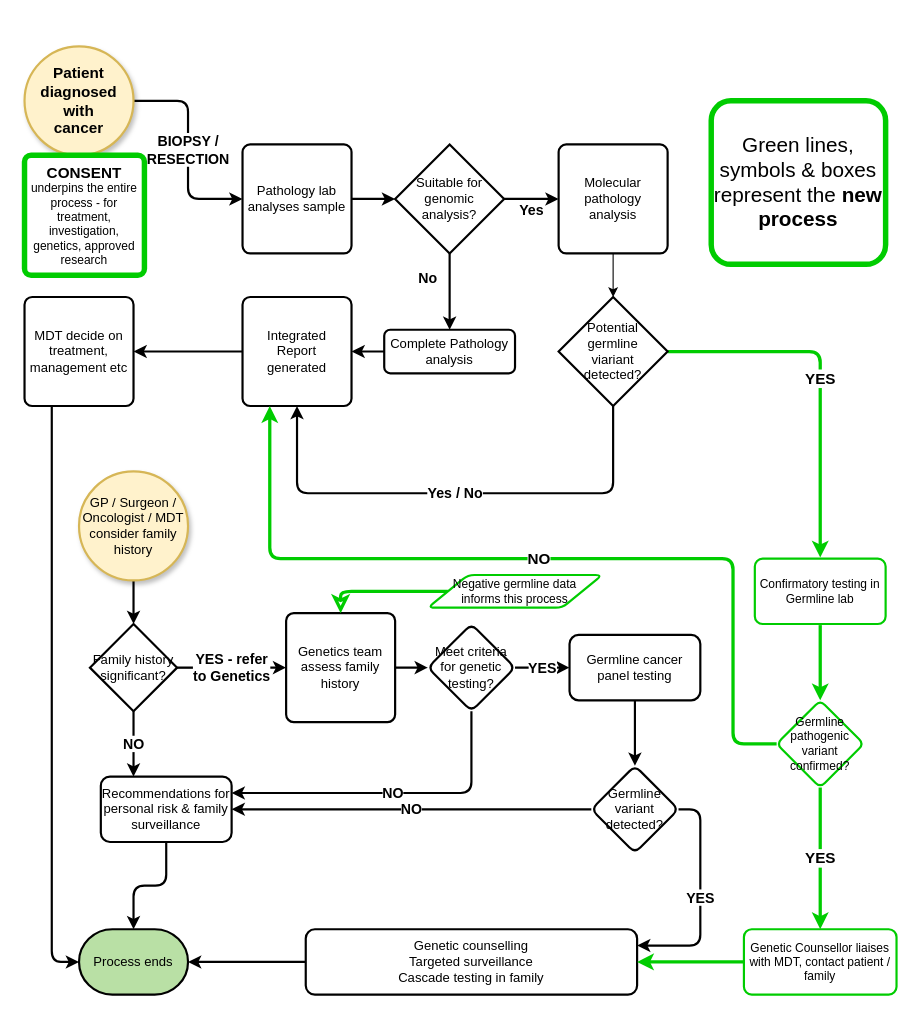
Above: BasicCancerFlow_Phase1.drawio in mckeelab/cancerflow (draw.io), before the change. Source tidied: cells renumbered, new cells numbered last; positions are measured from the earlier drawing's top-left corner, leaving out a move shared by most shapes. Both pictures are drawn from the tidied source at 109%, with x=0, y=0 at pixel (24, 46).
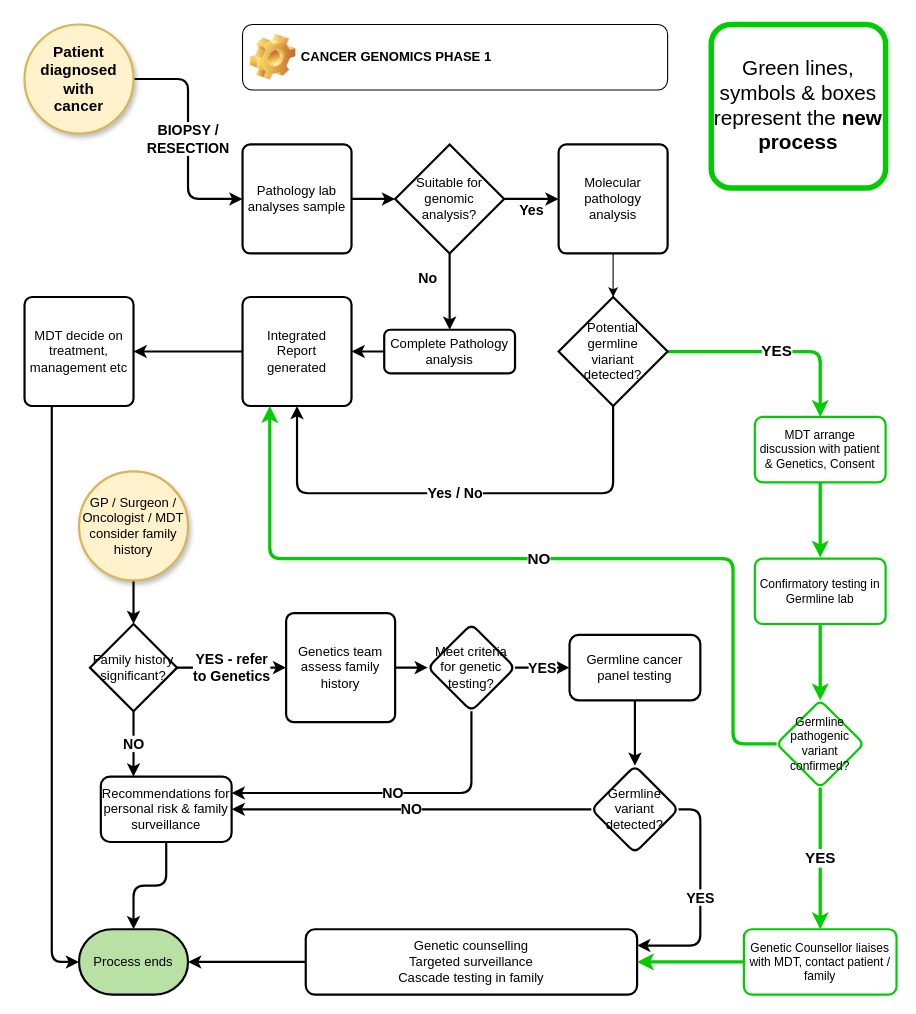
After the change.

Unchanged cells that the change refers to:
```xml
<mxCell id="14" value="Potential &lt;br&gt;germline &lt;br&gt;viariant &lt;br&gt;detected?" style="strokeWidth=2;html=1;shape=mxgraph.flowchart.decision;whiteSpace=wrap;rounded=1;arcSize=14;" parent="1" vertex="1">
  <mxGeometry x="490" y="230" width="100" height="100" as="geometry" />
</mxCell>
<mxCell id="28" value="Genetics team assess family history" style="rounded=1;whiteSpace=wrap;html=1;absoluteArcSize=1;arcSize=14;strokeWidth=2;" parent="1" vertex="1">
  <mxGeometry x="240" y="520" width="100" height="100" as="geometry" />
</mxCell>
<mxCell id="42" value="Confirmatory testing in Germline lab" style="whiteSpace=wrap;html=1;strokeWidth=2;perimeterSpacing=1;rounded=1;fontSize=11;strokeColor=#00CC00;arcSize=12;" parent="1" vertex="1">
  <mxGeometry x="670" y="470" width="120" height="60" as="geometry" />
</mxCell>
```

The edit, as a diff of the source:
```diff
@@
-    <mxCell id="13" value="YES" style="edgeStyle=orthogonalEdgeStyle;shape=connector;rounded=1;jettySize=auto;html=1;labelBackgroundColor=default;strokeColor=#00CC00;fontFamily=Helvetica;fontSize=14;fontColor=default;endArrow=classic;strokeWidth=3;fontStyle=1;" parent="1" edge="1" source="14" target="42">
+    <mxCell id="13" value="YES" style="edgeStyle=orthogonalEdgeStyle;shape=connector;rounded=1;jettySize=auto;html=1;labelBackgroundColor=default;strokeColor=#00CC00;fontFamily=Helvetica;fontSize=14;fontColor=default;endArrow=classic;strokeWidth=3;fontStyle=1;entryX=0.5;entryY=0;entryDx=0;entryDy=0;" parent="1" edge="1" source="14" target="53">
       <mxGeometry relative="1" as="geometry" />
     </mxCell>
@@
     <mxCell id="19" value="Patient &lt;br style=&quot;font-size: 14px;&quot;&gt;diagnosed with &lt;br style=&quot;font-size: 14px;&quot;&gt;cancer" style="strokeWidth=2;html=1;shape=mxgraph.flowchart.start_2;whiteSpace=wrap;fillColor=#fff2cc;strokeColor=#d6b656;shadow=1;fontSize=14;fontStyle=1;" parent="1" vertex="1">
-      <mxGeometry width="100" height="100" as="geometry" />
+      <mxGeometry y="-20" width="100" height="100" as="geometry" />
     </mxCell>
@@
-    <mxCell id="48" style="edgeStyle=orthogonalEdgeStyle;shape=connector;rounded=1;jettySize=auto;html=1;entryX=0.5;entryY=0;entryDx=0;entryDy=0;shadow=0;labelBackgroundColor=default;strokeColor=#00CC00;strokeWidth=3;fontFamily=Helvetica;fontSize=14;fontColor=default;endArrow=classic;endFill=0;endSize=8;fontStyle=1;" parent="1" edge="1" source="49" target="28">
-      <mxGeometry relative="1" as="geometry" />
-    </mxCell>
-    <mxCell id="49" value="Negative germline data &lt;br&gt;informs this process" style="shape=parallelogram;html=1;strokeWidth=2;perimeter=parallelogramPerimeter;whiteSpace=wrap;rounded=1;arcSize=12;size=0.23;fontFamily=Helvetica;fontSize=11;fontColor=default;strokeColor=#00CC00;" parent="1" vertex="1">
-      <mxGeometry x="370" y="485" width="160" height="30" as="geometry" />
-    </mxCell>
     <mxCell id="50" value="Green lines, symbols &amp;amp; boxes represent the &lt;b style=&quot;font-size: 19px;&quot;&gt;new process&lt;/b&gt;" style="rounded=1;whiteSpace=wrap;html=1;fontFamily=Helvetica;fontSize=19;fontColor=default;strokeColor=#00CC00;strokeWidth=5;arcSize=12;" parent="1" vertex="1">
-      <mxGeometry x="630" y="50" width="160" height="150" as="geometry" />
+      <mxGeometry x="630" y="-20" width="160" height="150" as="geometry" />
     </mxCell>
-    <mxCell id="51" value="&lt;b style=&quot;&quot;&gt;&lt;font style=&quot;font-size: 14px;&quot;&gt;CONSENT&lt;/font&gt;&lt;br&gt;&lt;/b&gt;underpins the entire process - for treatment, investigation, genetics, approved research" style="rounded=1;whiteSpace=wrap;html=1;absoluteArcSize=1;arcSize=12;strokeWidth=5;fontFamily=Helvetica;fontSize=11;fontColor=default;strokeColor=#00CC00;" parent="1" vertex="1">
-      <mxGeometry y="100" width="110" height="110" as="geometry" />
-    </mxCell>
+    <mxCell id="52" value="CANCER GENOMICS PHASE 1" style="label;whiteSpace=wrap;html=1;image=img/clipart/Gear_128x128.png;" parent="1" vertex="1">
+      <mxGeometry x="200" y="-20" width="390" height="60" as="geometry" />
+    </mxCell>
+    <mxCell id="53" value="MDT arrange discussion with patient &amp;amp; Genetics, Consent" style="whiteSpace=wrap;html=1;strokeWidth=2;rounded=1;arcSize=12;fontSize=11;strokeColor=#00CC00;" parent="1" vertex="1">
+      <mxGeometry x="670" y="340" width="120" height="60" as="geometry" />
+    </mxCell>
+    <mxCell id="54" style="edgeStyle=orthogonalEdgeStyle;shape=connector;rounded=1;jettySize=auto;html=1;labelBackgroundColor=default;strokeColor=#00CC00;fontFamily=Helvetica;fontSize=11;fontColor=default;endArrow=classic;strokeWidth=3;exitX=0.5;exitY=1;exitDx=0;exitDy=0;" parent="1" edge="1" source="53" target="42">
+      <mxGeometry relative="1" as="geometry" />
+    </mxCell>
```
